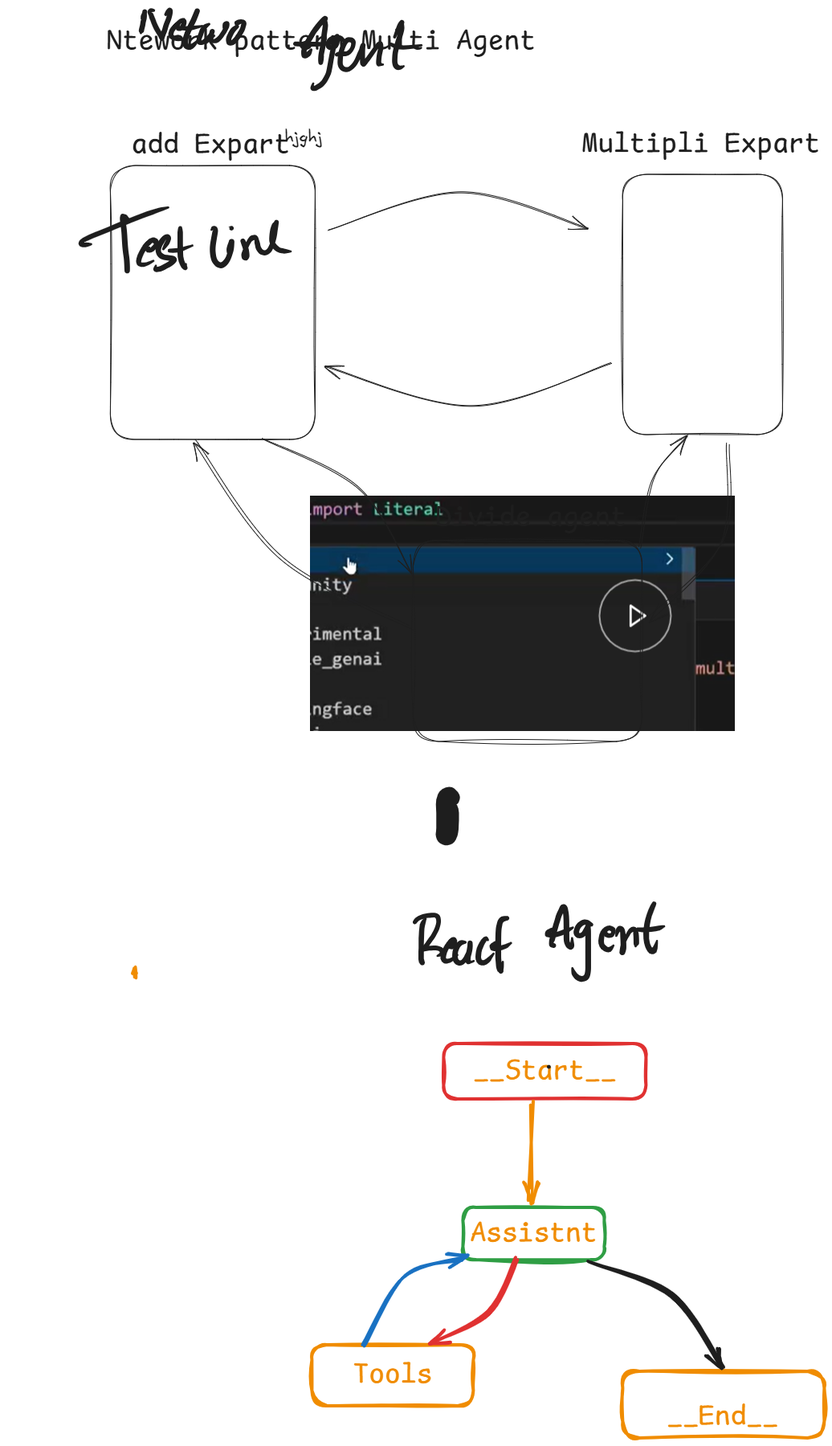
Above: 04-LangGraph-Agentic-Workflows/02-Multi-Agent-network-pattern/notes.excalidraw.png in AIXerum/End-to-End-Agentic-AI-Automation-Lab (Excalidraw), before the change. Source tidied: one line per element, renumbered; positions are measured from the earlier drawing's top-left corner, leaving out a move shared by most shapes. Its diagram source:
```json
{"id": 0, "type": "text", "text": "Ntework pattern Multi Agent\n", "strokeColor": "#1e1e1e", "strokeWidth": 1, "roughness": 1, "fontSize": 36, "fontFamily": 8, "x": 0, "y": 0, "width": 535, "height": 90}
{"id": 1, "type": "rectangle", "strokeColor": "#1e1e1e", "strokeWidth": 1, "roughness": 1, "round": true, "x": 5, "y": 177, "width": 255, "height": 341}
{"id": 2, "type": "rectangle", "strokeColor": "#1e1e1e", "strokeWidth": 1, "roughness": 1, "round": true, "x": 643, "y": 188, "width": 199, "height": 324}
{"id": 3, "type": "arrow", "strokeColor": "#1e1e1e", "strokeWidth": 1, "roughness": 1, "endArrowhead": "arrow", "round": true, "from": 1, "x": 276, "y": 258, "width": 325, "height": 48, "points": [[0, 0], [165, -48], [325, -2]]}
{"id": 4, "type": "text", "text": "add Expart", "strokeColor": "#1e1e1e", "strokeWidth": 1, "roughness": 1, "fontSize": 36, "fontFamily": 8, "x": 31, "y": 129, "width": 198, "height": 45}
{"id": 5, "type": "text", "text": "Multipli Expart", "strokeColor": "#1e1e1e", "strokeWidth": 1, "roughness": 1, "fontSize": 36, "fontFamily": 8, "x": 592, "y": 128, "width": 297, "height": 45}
{"id": 6, "type": "arrow", "strokeColor": "#1e1e1e", "strokeWidth": 1, "roughness": 1, "endArrowhead": "arrow", "round": true, "from": 2, "to": 1, "x": 629, "y": 423, "width": 356, "height": 54, "points": [[0, 0], [-174, 54], [-356, 4]]}
{"id": 7, "type": "rectangle", "strokeColor": "#e03131", "strokeWidth": 4, "roughness": 1, "round": true, "x": 420, "y": 1270, "width": 252, "height": 69}
{"id": 8, "type": "text", "text": "__Start__", "strokeColor": "#f08c00", "strokeWidth": 4, "roughness": 2, "fontSize": 36, "fontFamily": 8, "textAlign": "center", "verticalAlign": "middle", "inside": 7, "x": 457, "y": 1282, "width": 178, "height": 45}
{"id": 9, "type": "rectangle", "strokeColor": "#2f9e44", "strokeWidth": 4, "roughness": 2, "round": true, "x": 444, "y": 1474, "width": 176, "height": 65}
{"id": 10, "type": "text", "text": "Assistnt", "strokeColor": "#f08c00", "strokeWidth": 4, "roughness": 2, "fontSize": 36, "fontFamily": 8, "textAlign": "center", "verticalAlign": "middle", "inside": 9, "x": 453, "y": 1484, "width": 158, "height": 45}
{"id": 11, "type": "rectangle", "strokeColor": "#f08c00", "strokeWidth": 4, "roughness": 2, "round": true, "x": 256, "y": 1645, "width": 201, "height": 76}
{"id": 12, "type": "text", "text": "Tools", "strokeColor": "#f08c00", "strokeWidth": 4, "roughness": 2, "fontSize": 36, "fontFamily": 8, "textAlign": "center", "verticalAlign": "middle", "inside": 11, "x": 307, "y": 1660, "width": 99, "height": 45}
{"id": 13, "type": "rectangle", "strokeColor": "#f08c00", "strokeWidth": 4, "roughness": 2, "round": true, "x": 643, "y": 1678, "width": 251, "height": 83}
{"id": 14, "type": "text", "text": "__End__", "strokeColor": "#f08c00", "strokeWidth": 4, "roughness": 2, "fontSize": 36, "fontFamily": 8, "x": 698, "y": 1712, "width": 139, "height": 45}
{"id": 15, "type": "arrow", "strokeColor": "#f08c00", "strokeWidth": 4, "roughness": 2, "endArrowhead": "arrow", "round": true, "from": 7, "to": 9, "x": 531, "y": 1344, "width": 3, "height": 123, "points": [[0, 0], [-3, 123]]}
{"id": 16, "type": "arrow", "strokeColor": "#e03131", "strokeWidth": 4, "roughness": 2, "endArrowhead": "arrow", "round": true, "from": 9, "to": 11, "x": 510, "y": 1540, "width": 107, "height": 104, "points": [[0, 0], [-35, 65], [-107, 104]]}
{"id": 17, "type": "arrow", "strokeColor": "#1e1e1e", "strokeWidth": 4, "roughness": 2, "endArrowhead": "arrow", "round": true, "from": 9, "to": 13, "x": 602, "y": 1539, "width": 167, "height": 136, "points": [[0, 0], [104, 43], [167, 136]]}
{"id": 18, "type": "arrow", "strokeColor": "#1971c2", "strokeWidth": 4, "roughness": 2, "endArrowhead": "arrow", "round": true, "from": 11, "to": 9, "x": 319, "y": 1645, "width": 125, "height": 107, "points": [[0, 0], [54, -85], [125, -107]]}
{"id": 19, "type": "freedraw", "strokeColor": "#1e1e1e", "strokeWidth": 1, "roughness": 2, "x": 397, "y": 1115, "width": 5, "height": 55, "points": [[0, 0], [-5, 3], [-5, 9], [-5, 15], [-5, 27], [-5, 33], [-5, 38], [-5, 42], [-5, 46], [-5, 49], [-5, 51], [-5, 53], [-4, 55], [-3, 55], [-3, 53], [-3, 51], [-3, 48], [-3, 48]]}
{"id": 20, "type": "freedraw", "strokeColor": "#1e1e1e", "strokeWidth": 1, "roughness": 2, "x": 384, "y": 1119, "width": 35, "height": 51, "points": [[0, 0], [2, -6], [5, -7], [14, -9], [18, -9], [22, -9], [26, -9], [28, -9], [30, -7], [30, -5], [30, -1], [30, 3], [28, 8], [26, 13], [23, 17], [21, 21], [18, 24], [16, 27], [14, 30], [12, 32], [11, 33], [10, 34], [8, 35], [10, 34], [12, 33], [15, 33], [18, 32], [21, 32], [24, 32], [27, 32], [30, 32], [34, 34], [35, 36], [35, 37], [35, 38], [35, 39], [33, 40], [31, 41], [29, 42], [28, 42], [28, 42]]}
{"id": 21, "type": "freedraw", "strokeColor": "#1e1e1e", "strokeWidth": 1, "roughness": 2, "x": 425, "y": 1148, "width": 19, "height": 28, "points": [[0, 0], [-1, -1], [1, -1], [2, 0], [3, 1], [5, 2], [6, 2], [7, 2], [8, 0], [9, -2], [9, -3], [9, -5], [9, -6], [9, -7], [9, -8], [8, -8], [7, -8], [6, -8], [3, -5], [1, -2], [-1, 2], [-3, 5], [-5, 9], [-5, 12], [-6, 15], [-6, 17], [-5, 19], [-3, 20], [-1, 20], [4, 19], [7, 17], [10, 14], [13, 11], [13, 11]]}
{"id": 22, "type": "freedraw", "strokeColor": "#1e1e1e", "strokeWidth": 1, "roughness": 2, "x": 447, "y": 1144, "width": 24, "height": 28, "points": [[0, 0], [-6, -2], [-8, 0], [-9, 3], [-11, 6], [-12, 9], [-13, 12], [-13, 15], [-13, 18], [-13, 20], [-12, 23], [-11, 25], [-9, 26], [-8, 26], [-6, 26], [-4, 26], [-2, 24], [0, 21], [2, 18], [3, 15], [5, 11], [5, 8], [6, 3], [6, 2], [6, 1], [6, 0], [6, 2], [6, 4], [6, 7], [5, 13], [4, 16], [3, 19], [3, 21], [3, 23], [3, 25], [4, 25], [6, 25], [7, 25], [9, 24], [11, 23], [11, 23]]}
{"id": 23, "type": "freedraw", "strokeColor": "#1e1e1e", "strokeWidth": 1, "roughness": 2, "x": 475, "y": 1141, "width": 20, "height": 33, "points": [[0, 0], [-1, -4], [-2, -3], [-4, -1], [-6, 1], [-8, 5], [-9, 8], [-11, 12], [-12, 16], [-12, 19], [-12, 22], [-12, 25], [-11, 27], [-9, 29], [-7, 29], [-4, 29], [-2, 28], [0, 26], [3, 23], [5, 20], [8, 16], [8, 16]]}
{"id": 24, "type": "freedraw", "strokeColor": "#1e1e1e", "strokeWidth": 1, "roughness": 2, "x": 499, "y": 1114, "width": 11, "height": 68, "points": [[0, 0], [-6, -1], [-8, 1], [-9, 3], [-10, 7], [-10, 11], [-11, 15], [-11, 21], [-11, 26], [-11, 32], [-11, 37], [-11, 43], [-11, 49], [-11, 54], [-10, 59], [-10, 63], [-9, 65], [-8, 67], [-7, 66], [-7, 63], [-6, 58], [-5, 53], [-5, 53]]}
{"id": 25, "type": "freedraw", "strokeColor": "#1e1e1e", "strokeWidth": 1, "roughness": 2, "x": 486, "y": 1144, "width": 26, "height": 8, "points": [[0, 0], [-7, 5], [-7, 6], [-7, 7], [-7, 8], [-4, 8], [-1, 8], [8, 7], [13, 5], [16, 3], [19, 0], [19, 0]]}
{"id": 26, "type": "freedraw", "strokeColor": "#1e1e1e", "strokeWidth": 1, "roughness": 2, "x": 557, "y": 1148, "width": 27, "height": 52, "points": [[0, 0], [-4, 0], [-4, -1], [-3, -2], [-2, -5], [-2, -8], [-1, -11], [0, -15], [1, -20], [3, -25], [4, -30], [6, -35], [7, -40], [9, -43], [10, -45], [11, -47], [11, -48], [12, -49], [13, -49], [14, -48], [15, -45], [15, -41], [16, -36], [16, -31], [16, -25], [16, -19], [16, -13], [16, -8], [16, -4], [17, -1], [19, 1], [20, 2], [21, 3], [22, 3], [23, 2], [23, -1], [23, -3], [23, -11], [23, -11]]}
{"id": 27, "type": "freedraw", "strokeColor": "#1e1e1e", "strokeWidth": 1, "roughness": 2, "x": 555, "y": 1128, "width": 35, "height": 10, "points": [[0, 0], [-6, 3], [-8, 5], [-8, 6], [-8, 7], [-6, 7], [-3, 7], [1, 7], [6, 7], [11, 5], [16, 3], [20, 1], [24, -1], [27, -3], [27, -3]]}
{"id": 28, "type": "freedraw", "strokeColor": "#1e1e1e", "strokeWidth": 1, "roughness": 2, "x": 604, "y": 1122, "width": 24, "height": 72, "points": [[0, 0], [-8, -4], [-10, -4], [-11, -3], [-13, -1], [-15, 0], [-16, 2], [-18, 4], [-18, 6], [-19, 8], [-19, 10], [-19, 12], [-18, 13], [-16, 14], [-15, 14], [-13, 14], [-11, 13], [-10, 12], [-8, 10], [-7, 8], [-6, 5], [-4, 2], [-4, 1], [-4, 2], [-4, 4], [-4, 8], [-4, 13], [-4, 18], [-4, 24], [-4, 31], [-4, 37], [-4, 44], [-4, 50], [-4, 56], [-4, 60], [-5, 64], [-6, 66], [-7, 67], [-9, 68], [-12, 68], [-15, 68], [-18, 66], [-20, 64], [-22, 61], [-24, 57], [-24, 53], [-24, 53]]}
{"id": 29, "type": "freedraw", "strokeColor": "#1e1e1e", "strokeWidth": 1, "roughness": 2, "x": 621, "y": 1132, "width": 16, "height": 28, "points": [[0, 0], [-1, 3], [1, 3], [2, 4], [4, 4], [5, 4], [6, 4], [8, 4], [9, 3], [10, 1], [11, 0], [11, -3], [11, -5], [9, -5], [7, -6], [5, -6], [3, -6], [0, -4], [-2, -2], [-3, 1], [-5, 4], [-5, 8], [-5, 11], [-5, 14], [-4, 17], [-2, 19], [1, 21], [3, 22], [5, 22], [7, 22], [9, 20], [11, 15], [11, 15]]}
{"id": 30, "type": "freedraw", "strokeColor": "#1e1e1e", "strokeWidth": 1, "roughness": 2, "x": 635, "y": 1136, "width": 25, "height": 31, "points": [[0, 0], [1, -6], [2, -8], [3, -9], [4, -10], [5, -10], [6, -10], [7, -8], [8, -6], [8, -3], [9, 5], [9, 8], [9, 12], [9, 15], [9, 18], [8, 20], [8, 21], [7, 21], [7, 19], [8, 12], [9, 7], [11, 3], [14, -1], [16, -4], [17, -7], [19, -8], [21, -9], [22, -9], [23, -9], [24, -7], [25, -2], [25, 1], [25, 5], [25, 8], [25, 10], [25, 12], [25, 14], [24, 14], [24, 13], [24, 13]]}
{"id": 31, "type": "freedraw", "strokeColor": "#1e1e1e", "strokeWidth": 1, "roughness": 2, "x": 682, "y": 1096, "width": 14, "height": 60, "points": [[0, 0], [-4, 6], [-5, 11], [-7, 16], [-8, 21], [-9, 27], [-10, 32], [-10, 37], [-10, 46], [-9, 50], [-8, 54], [-6, 56], [-5, 59], [-3, 60], [-2, 60], [0, 60], [1, 58], [2, 56], [3, 49], [4, 45], [4, 45]]}
{"id": 32, "type": "freedraw", "strokeColor": "#1e1e1e", "strokeWidth": 1, "roughness": 2, "x": 662, "y": 1128, "width": 33, "height": 5, "points": [[0, 0], [9, 1], [19, 0], [24, -1], [28, -2], [31, -3], [32, -4], [33, -4], [33, -4]]}
{"id": 33, "type": "freedraw", "strokeColor": "#1e1e1e", "strokeWidth": 1, "roughness": 2, "x": 551, "y": 1299, "width": 0, "height": 0, "points": [[0, 0], [0, 0]]}
{"id": 34, "type": "freedraw", "strokeColor": "#1e1e1e", "strokeWidth": 1, "roughness": 2, "x": 551, "y": 1299, "width": 0, "height": 0, "points": [[0, 0], [0, 0]]}
{"id": 35, "type": "rectangle", "strokeColor": "#1e1e1e", "strokeWidth": 1, "roughness": 2, "round": true, "x": 382, "y": 644, "width": 285, "height": 250}
{"id": 36, "type": "text", "text": "Divide agent", "strokeColor": "#1e1e1e", "strokeWidth": 1, "roughness": 2, "fontSize": 36, "fontFamily": 8, "x": 410, "y": 593, "width": 238, "height": 45}
{"id": 37, "type": "arrow", "strokeColor": "#1e1e1e", "strokeWidth": 1, "roughness": 2, "endArrowhead": "arrow", "round": true, "from": 2, "to": 35, "x": 776, "y": 523, "width": 103, "height": 221, "points": [[0, 0], [-7, 121], [-103, 221]]}
{"id": 38, "type": "arrow", "strokeColor": "#1e1e1e", "strokeWidth": 1, "roughness": 2, "endArrowhead": "arrow", "round": true, "from": 35, "to": 2, "x": 663, "y": 653, "width": 59, "height": 139, "points": [[0, 0], [21, -87], [59, -139]]}
{"id": 39, "type": "arrow", "strokeColor": "#1e1e1e", "strokeWidth": 1, "roughness": 2, "endArrowhead": "arrow", "round": true, "from": 35, "to": 1, "x": 379, "y": 752, "width": 267, "height": 234, "points": [[0, 0], [-161, -88], [-267, -234]]}
{"id": 40, "type": "arrow", "strokeColor": "#1e1e1e", "strokeWidth": 1, "roughness": 2, "endArrowhead": "arrow", "round": true, "from": 1, "to": 35, "x": 197, "y": 518, "width": 185, "height": 170, "points": [[0, 0], [119, 62], [185, 170]]}
```
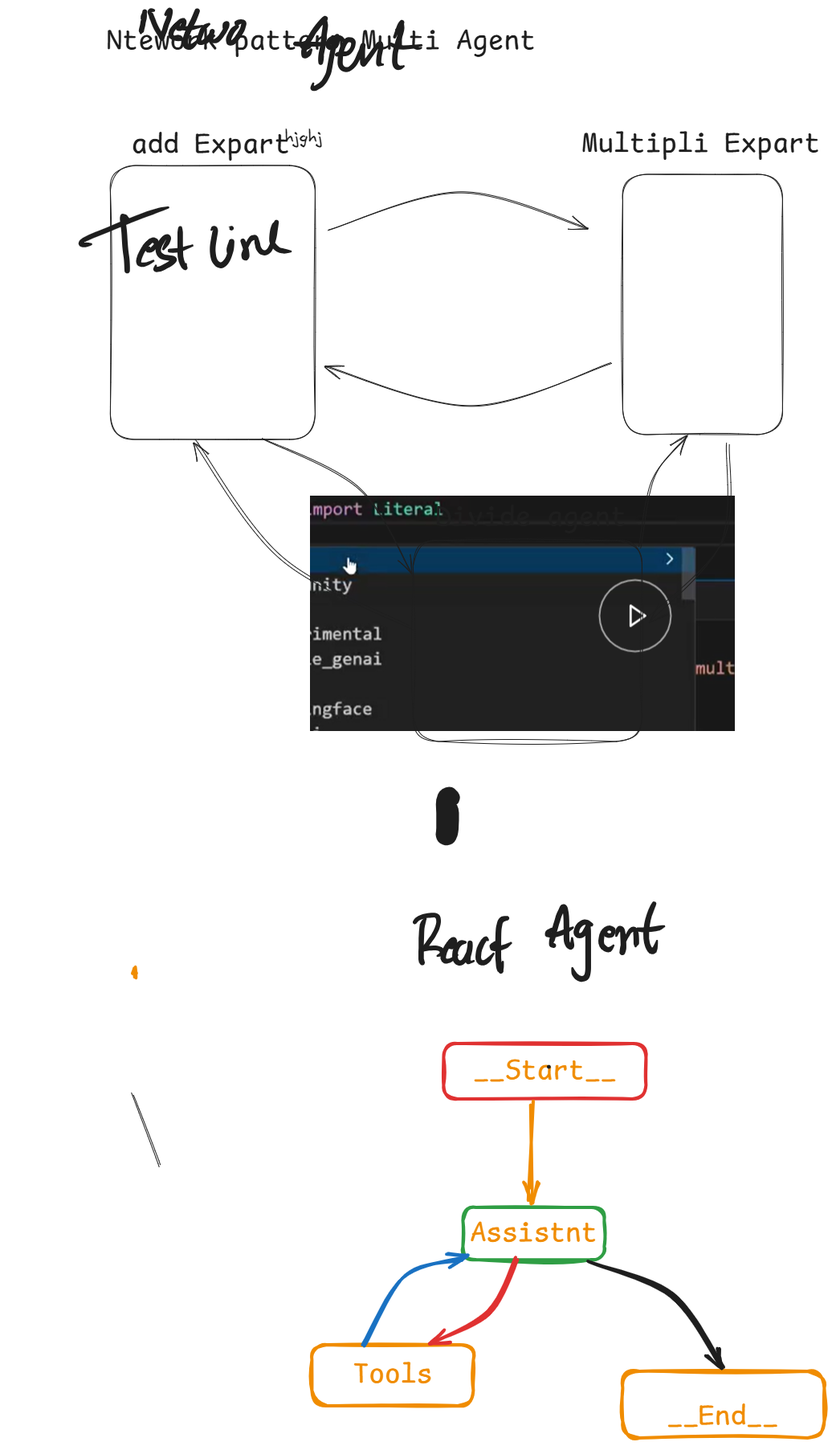
After the commit.

Commit message:
build the network agent architecture

The edit, as a diff of the source:
```diff
@@ -39,3 +39,4 @@
 {"id": 38, "type": "arrow", "strokeColor": "#1e1e1e", "strokeWidth": 1, "roughness": 2, "endArrowhead": "arrow", "round": true, "from": 35, "to": 2, "x": 663, "y": 653, "width": 59, "height": 139, "points": [[0, 0], [21, -87], [59, -139]]}
 {"id": 39, "type": "arrow", "strokeColor": "#1e1e1e", "strokeWidth": 1, "roughness": 2, "endArrowhead": "arrow", "round": true, "from": 35, "to": 1, "x": 379, "y": 752, "width": 267, "height": 234, "points": [[0, 0], [-161, -88], [-267, -234]]}
 {"id": 40, "type": "arrow", "strokeColor": "#1e1e1e", "strokeWidth": 1, "roughness": 2, "endArrowhead": "arrow", "round": true, "from": 1, "to": 35, "x": 197, "y": 518, "width": 185, "height": 170, "points": [[0, 0], [119, 62], [185, 170]]}
+{"id": 41, "type": "line", "strokeColor": "#1e1e1e", "strokeWidth": 1, "roughness": 2, "round": true, "x": 32, "y": 1335, "width": 34, "height": 88, "points": [[0, 0], [34, 88]]}
```
